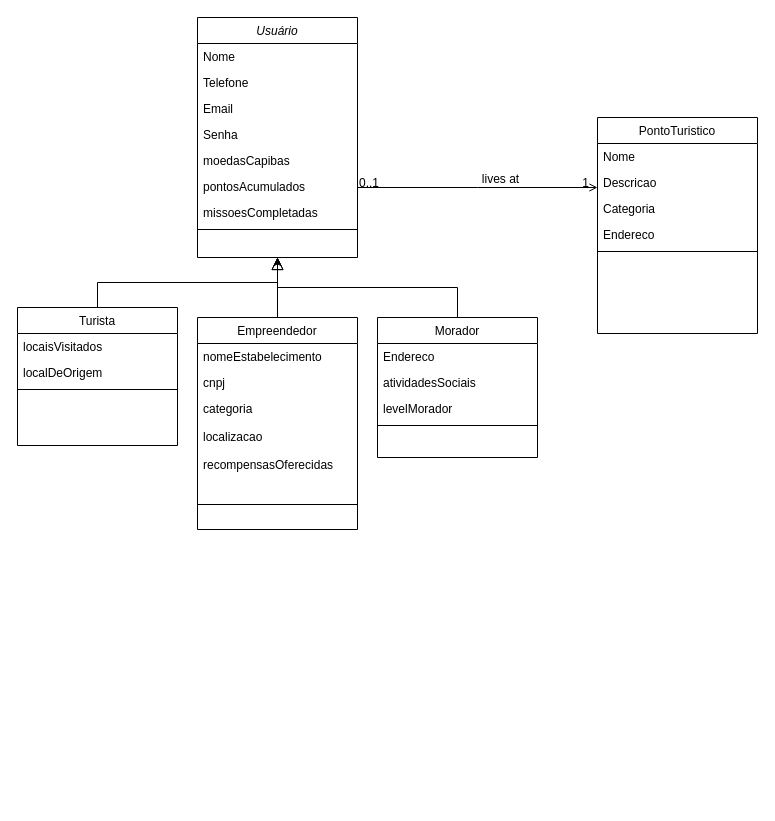
This is Diagrama sem nome.drawio from vitoryamedeiros/repo_faculdade, a draw.io file, before an edit. Source tidied: cells renumbered, new cells numbered last; positions are measured from the earlier drawing's top-left corner, leaving out a move shared by most shapes. Both pictures are drawn from the tidied source at 100%, with x=0, y=0 at pixel (17, 17).
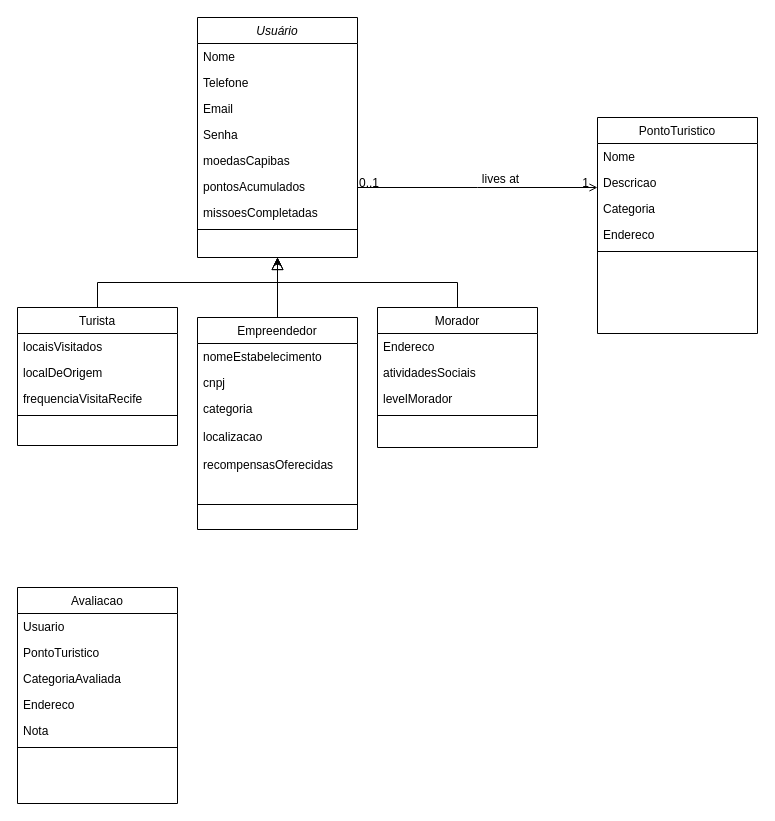
Above is the later version.

Unchanged cells that the change refers to:
```xml
<mxCell id="11" value="Turista" style="swimlane;fontStyle=0;align=center;verticalAlign=top;horizontal=1;startSize=26;rounded=0;shadow=0;strokeWidth=1;" parent="1" vertex="1">
  <mxGeometry y="290" width="160" height="138" as="geometry" />
</mxCell>
```

The edit, as a diff of the source:
```diff
@@
+    <mxCell id="40" value="frequenciaVisitaRecife" style="text;align=left;verticalAlign=top;spacingLeft=4;spacingRight=4;overflow=hidden;rounded=0;shadow=0;html=0;" parent="11" vertex="1">
+      <mxGeometry y="78" width="160" height="26" as="geometry" />
+    </mxCell>
     <mxCell id="14" style="line;html=1;strokeWidth=1;align=left;verticalAlign=middle;spacingTop=-1;spacingLeft=3;spacingRight=3;labelPosition=right;" parent="11" vertex="1">
-      <mxGeometry y="78" width="160" height="8" as="geometry" />
+      <mxGeometry y="104" width="160" height="8" as="geometry" />
     </mxCell>
@@
     <mxCell id="16" value="Morador" style="swimlane;fontStyle=0;align=center;verticalAlign=top;horizontal=1;startSize=26;rounded=0;shadow=0;strokeWidth=1;" parent="1" vertex="1">
-      <mxGeometry x="360" y="300" width="160" height="140" as="geometry" />
+      <mxGeometry x="360" y="290" width="160" height="140" as="geometry" />
     </mxCell>
@@
+    <mxCell id="41" value="Avaliacao" style="swimlane;fontStyle=0;align=center;verticalAlign=top;horizontal=1;startSize=26;rounded=0;shadow=0;strokeWidth=1;" parent="1" vertex="1">
+      <mxGeometry y="570" width="160" height="216" as="geometry" />
+    </mxCell>
+    <mxCell id="42" value="Usuario   " style="text;align=left;verticalAlign=top;spacingLeft=4;spacingRight=4;overflow=hidden;" parent="41" vertex="1">
+      <mxGeometry y="26" width="160" height="26" as="geometry" />
+    </mxCell>
+    <mxCell id="43" value="PontoTuristico &#10;" style="text;align=left;verticalAlign=top;spacingLeft=4;spacingRight=4;overflow=hidden;rounded=0;shadow=0;html=0;" parent="41" vertex="1">
+      <mxGeometry y="52" width="160" height="26" as="geometry" />
+    </mxCell>
+    <mxCell id="44" value="CategoriaAvaliada" style="text;align=left;verticalAlign=top;spacingLeft=4;spacingRight=4;overflow=hidden;rounded=0;shadow=0;html=0;" parent="41" vertex="1">
+      <mxGeometry y="78" width="160" height="26" as="geometry" />
+    </mxCell>
+    <mxCell id="45" value="Endereco" style="text;align=left;verticalAlign=top;spacingLeft=4;spacingRight=4;overflow=hidden;rounded=0;shadow=0;html=0;" parent="41" vertex="1">
+      <mxGeometry y="104" width="160" height="26" as="geometry" />
+    </mxCell>
+    <mxCell id="46" value="Nota" style="text;align=left;verticalAlign=top;spacingLeft=4;spacingRight=4;overflow=hidden;rounded=0;shadow=0;html=0;" parent="41" vertex="1">
+      <mxGeometry y="130" width="160" height="26" as="geometry" />
+    </mxCell>
+    <mxCell id="47" style="line;html=1;strokeWidth=1;align=left;verticalAlign=middle;spacingTop=-1;spacingLeft=3;spacingRight=3;labelPosition=right;" parent="41" vertex="1">
+      <mxGeometry y="156" width="160" height="8" as="geometry" />
+    </mxCell>
```
